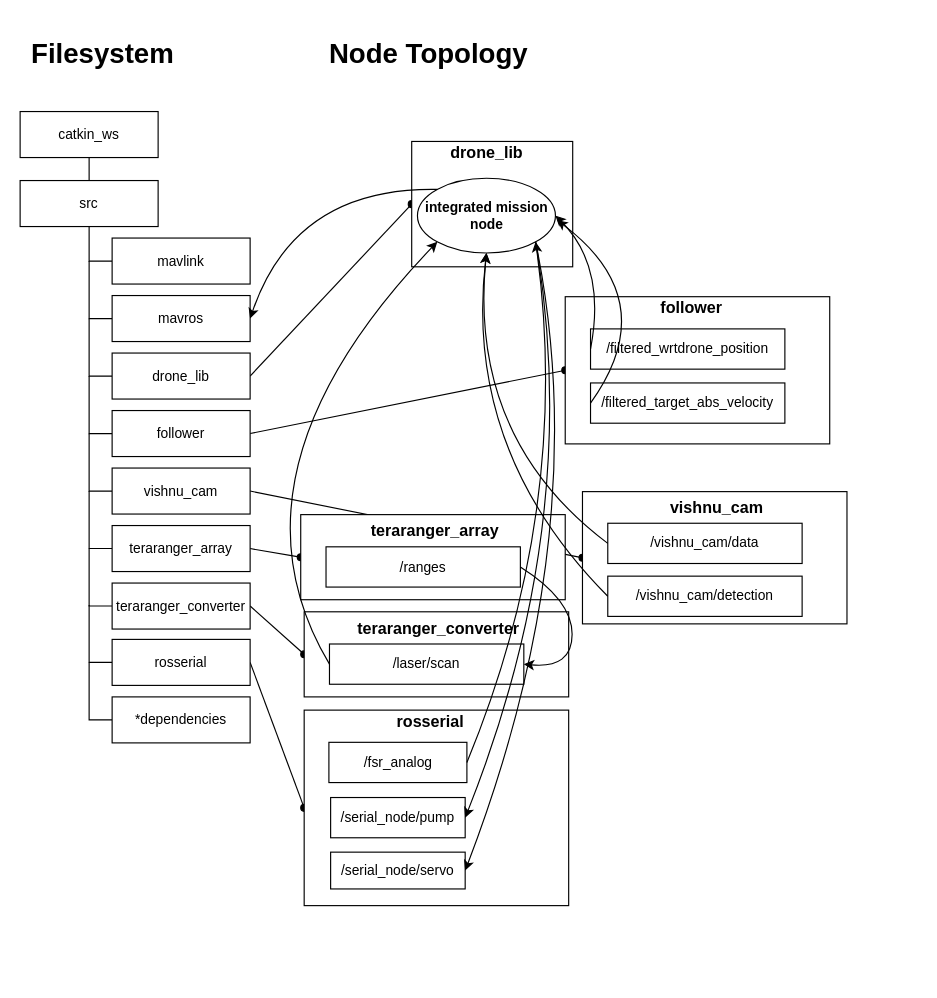
The draw.io diagram production_systems_architecture.drawio in prasannawilliams/high-level-architecture, before the edit. Source tidied: cells renumbered, new cells numbered last; positions are measured from the earlier drawing's top-left corner, leaving out a move shared by most shapes. Both pictures are drawn from the tidied source at 115%, with x=0, y=0 at pixel (20, 31).
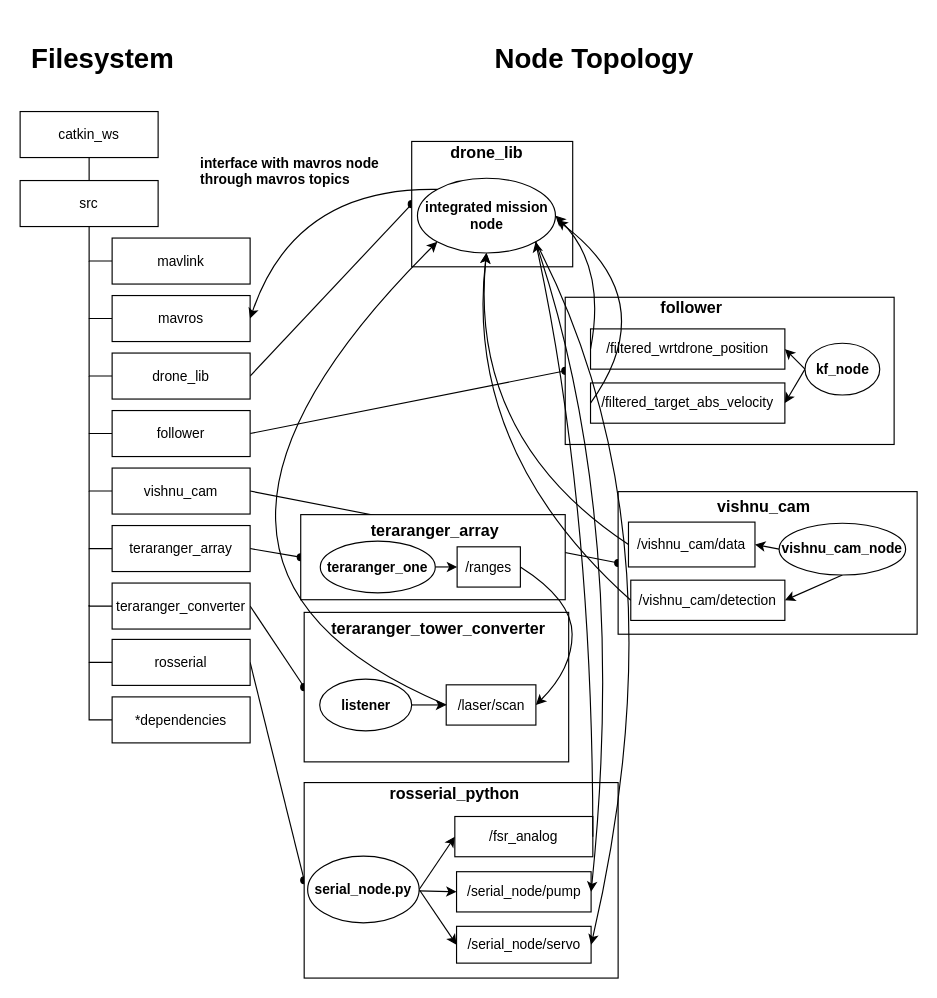
After the change.

Unchanged cells that the change refers to:
```xml
<mxCell id="38" value="&lt;b&gt;integrated mission&lt;br&gt;node&lt;br&gt;&lt;/b&gt;" style="ellipse;whiteSpace=wrap;html=1;fontSize=12;" parent="1" vertex="1">
  <mxGeometry x="345.5" y="127.5" width="120" height="65" as="geometry" />
</mxCell>
<mxCell id="41" value="/filtered_wrtdrone_position" style="rounded=0;whiteSpace=wrap;html=1;fontSize=12;" parent="1" vertex="1">
  <mxGeometry x="496" y="258.5" width="169" height="35" as="geometry" />
</mxCell>
<mxCell id="42" value="/filtered_target_abs_velocity" style="rounded=0;whiteSpace=wrap;html=1;fontSize=12;" parent="1" vertex="1">
  <mxGeometry x="496" y="305.5" width="169" height="35" as="geometry" />
</mxCell>
```

What changed in the source:
```diff
@@
     <mxCell id="29" style="rounded=0;whiteSpace=wrap;html=1;fontSize=12;" parent="1" vertex="1">
-      <mxGeometry x="247" y="590" width="230" height="170" as="geometry" />
+      <mxGeometry x="247" y="653" width="273" height="170" as="geometry" />
     </mxCell>
     <mxCell id="30" value="&lt;h1&gt;Filesystem&lt;/h1&gt;" style="text;html=1;strokeColor=none;fillColor=none;spacing=5;spacingTop=-20;whiteSpace=wrap;overflow=hidden;rounded=0;fontSize=12;" parent="1" vertex="1">
-      <mxGeometry x="5" width="150" height="40" as="geometry" />
+      <mxGeometry x="5" y="4" width="150" height="40" as="geometry" />
     </mxCell>
     <mxCell id="31" value="&lt;h1&gt;Node Topology&lt;/h1&gt;" style="text;html=1;strokeColor=none;fillColor=none;spacing=5;spacingTop=-20;whiteSpace=wrap;overflow=hidden;rounded=0;fontSize=12;" parent="1" vertex="1">
-      <mxGeometry x="264" width="222" height="40" as="geometry" />
+      <mxGeometry x="407.5" y="4" width="222" height="40" as="geometry" />
     </mxCell>
-    <mxCell id="32" value="&lt;b&gt;&lt;font style=&quot;font-size: 14px&quot;&gt;rosserial&lt;/font&gt;&lt;/b&gt;" style="text;html=1;strokeColor=none;fillColor=none;align=center;verticalAlign=middle;whiteSpace=wrap;rounded=0;fontSize=12;" parent="1" vertex="1">
-      <mxGeometry x="337" y="589.5" width="40" height="20" as="geometry" />
+    <mxCell id="32" value="&lt;b&gt;&lt;font style=&quot;font-size: 14px&quot;&gt;rosserial_python&lt;/font&gt;&lt;/b&gt;" style="text;html=1;strokeColor=none;fillColor=none;align=center;verticalAlign=middle;whiteSpace=wrap;rounded=0;fontSize=12;" parent="1" vertex="1">
+      <mxGeometry x="358" y="653" width="40" height="20" as="geometry" />
     </mxCell>
     <mxCell id="33" value="/fsr_analog" style="rounded=0;whiteSpace=wrap;html=1;fontSize=12;" parent="1" vertex="1">
-      <mxGeometry x="268.5" y="618" width="120" height="35" as="geometry" />
+      <mxGeometry x="378" y="682.5" width="120" height="35" as="geometry" />
     </mxCell>
+    <mxCell id="63" style="edgeStyle=none;curved=1;jettySize=auto;html=1;exitX=0;exitY=0.5;exitDx=0;exitDy=0;startArrow=classic;startFill=1;endArrow=none;endFill=0;strokeColor=#000000;fontSize=12;" parent="1" edge="1" source="34" target="67">
+      <mxGeometry relative="1" as="geometry" />
+    </mxCell>
     <mxCell id="34" value="/serial_node/pump" style="rounded=0;whiteSpace=wrap;html=1;fontSize=12;" parent="1" vertex="1">
-      <mxGeometry x="270" y="666" width="117" height="35" as="geometry" />
+      <mxGeometry x="379.5" y="730.5" width="117" height="35" as="geometry" />
     </mxCell>
     <mxCell id="35" value="/serial_node/servo" style="rounded=0;whiteSpace=wrap;html=1;fontSize=12;" parent="1" vertex="1">
-      <mxGeometry x="270" y="713.5" width="117" height="32" as="geometry" />
+      <mxGeometry x="379.5" y="778" width="117" height="32" as="geometry" />
     </mxCell>
@@
     <mxCell id="39" style="rounded=0;whiteSpace=wrap;html=1;fontSize=12;" parent="1" vertex="1">
-      <mxGeometry x="474" y="230.5" width="230" height="128" as="geometry" />
+      <mxGeometry x="474" y="231" width="286" height="128" as="geometry" />
     </mxCell>
@@
     <mxCell id="45" value="/ranges" style="rounded=0;whiteSpace=wrap;html=1;fontSize=12;" parent="1" vertex="1">
-      <mxGeometry x="266" y="448" width="169" height="35" as="geometry" />
+      <mxGeometry x="380" y="448" width="55" height="35" as="geometry" />
     </mxCell>
     <mxCell id="46" style="rounded=0;whiteSpace=wrap;html=1;fontSize=12;" parent="1" vertex="1">
-      <mxGeometry x="247" y="504.5" width="230" height="74" as="geometry" />
+      <mxGeometry x="247" y="505" width="230" height="130" as="geometry" />
     </mxCell>
-    <mxCell id="47" value="&lt;b&gt;&lt;font style=&quot;font-size: 14px&quot;&gt;teraranger_converter&lt;/font&gt;&lt;/b&gt;" style="text;html=1;strokeColor=none;fillColor=none;align=center;verticalAlign=middle;whiteSpace=wrap;rounded=0;fontSize=12;" parent="1" vertex="1">
+    <mxCell id="47" value="&lt;b&gt;&lt;font style=&quot;font-size: 14px&quot;&gt;teraranger_tower_converter&lt;/font&gt;&lt;/b&gt;" style="text;html=1;strokeColor=none;fillColor=none;align=center;verticalAlign=middle;whiteSpace=wrap;rounded=0;fontSize=12;" parent="1" vertex="1">
       <mxGeometry x="343.5" y="508.5" width="40" height="20" as="geometry" />
     </mxCell>
     <mxCell id="48" value="/laser/scan" style="rounded=0;whiteSpace=wrap;html=1;fontSize=12;" parent="1" vertex="1">
-      <mxGeometry x="269" y="532.5" width="169" height="35" as="geometry" />
+      <mxGeometry x="370.5" y="568" width="78" height="35" as="geometry" />
     </mxCell>
     <mxCell id="49" style="rounded=0;whiteSpace=wrap;html=1;fontSize=12;" parent="1" vertex="1">
-      <mxGeometry x="489" y="400" width="230" height="115" as="geometry" />
+      <mxGeometry x="520" y="400" width="260" height="124" as="geometry" />
     </mxCell>
     <mxCell id="50" value="&lt;b&gt;&lt;font style=&quot;font-size: 14px&quot;&gt;vishnu_cam&lt;/font&gt;&lt;/b&gt;" style="text;html=1;strokeColor=none;fillColor=none;align=center;verticalAlign=middle;whiteSpace=wrap;rounded=0;fontSize=12;" parent="1" vertex="1">
-      <mxGeometry x="585.5" y="403.5" width="40" height="20" as="geometry" />
+      <mxGeometry x="626.5" y="403" width="40" height="20" as="geometry" />
     </mxCell>
     <mxCell id="51" value="/vishnu_cam/data" style="rounded=0;whiteSpace=wrap;html=1;fontSize=12;" parent="1" vertex="1">
-      <mxGeometry x="511" y="427.5" width="169" height="35" as="geometry" />
+      <mxGeometry x="529" y="426.5" width="110" height="39" as="geometry" />
     </mxCell>
     <mxCell id="52" value="/vishnu_cam/detection" style="rounded=0;whiteSpace=wrap;html=1;fontSize=12;" parent="1" vertex="1">
-      <mxGeometry x="511" y="473.5" width="169" height="35" as="geometry" />
+      <mxGeometry x="531" y="477" width="134" height="35" as="geometry" />
     </mxCell>
@@
     <mxCell id="59" style="edgeStyle=none;jettySize=auto;html=1;exitX=0;exitY=1;exitDx=0;exitDy=0;entryX=0;entryY=0.5;entryDx=0;entryDy=0;endArrow=none;endFill=0;fontSize=12;strokeColor=#000000;curved=1;startArrow=classic;startFill=1;" parent="1" edge="1" source="38" target="48">
       <mxGeometry relative="1" as="geometry">
         <Array as="points">
-          <mxPoint x="170" y="384" />
+          <mxPoint x="80" y="464" />
         </Array>
       </mxGeometry>
     </mxCell>
     <mxCell id="60" style="edgeStyle=none;jettySize=auto;html=1;exitX=1;exitY=1;exitDx=0;exitDy=0;entryX=1;entryY=0.5;entryDx=0;entryDy=0;endArrow=none;endFill=0;fontSize=12;strokeColor=#000000;curved=1;startArrow=classic;startFill=1;" parent="1" edge="1" source="38" target="33">
       <mxGeometry relative="1" as="geometry">
         <Array as="points">
-          <mxPoint x="480" y="414" />
+          <mxPoint x="498" y="414" />
         </Array>
       </mxGeometry>
     </mxCell>
     <mxCell id="61" style="edgeStyle=none;jettySize=auto;html=1;exitX=1;exitY=1;exitDx=0;exitDy=0;entryX=1;entryY=0.5;entryDx=0;entryDy=0;endArrow=classic;endFill=1;fontSize=12;strokeColor=#000000;curved=1;startArrow=none;startFill=0;" parent="1" edge="1" source="38" target="34">
       <mxGeometry relative="1" as="geometry">
         <Array as="points">
-          <mxPoint x="490" y="424" />
+          <mxPoint x="530" y="424" />
         </Array>
       </mxGeometry>
     </mxCell>
     <mxCell id="62" style="edgeStyle=none;jettySize=auto;html=1;entryX=1;entryY=0.5;entryDx=0;entryDy=0;endArrow=classic;endFill=1;fontSize=12;strokeColor=#000000;curved=1;startArrow=none;startFill=0;exitX=1;exitY=1;exitDx=0;exitDy=0;" parent="1" edge="1" source="38" target="35">
       <mxGeometry relative="1" as="geometry">
         <Array as="points">
-          <mxPoint x="500" y="434" />
+          <mxPoint x="580" y="434" />
         </Array>
       </mxGeometry>
     </mxCell>
+    <mxCell id="64" value="&lt;b&gt;interface with mavros node&lt;br&gt;through mavros topics&lt;/b&gt;" style="text;html=1;align=left;verticalAlign=top;spacingTop=-4;fontSize=12;" parent="1" vertex="1">
+      <mxGeometry x="155" y="105" width="170" height="30" as="geometry" />
+    </mxCell>
+    <mxCell id="65" style="edgeStyle=none;curved=1;jettySize=auto;html=1;exitX=1;exitY=0.5;exitDx=0;exitDy=0;entryX=0;entryY=0.5;entryDx=0;entryDy=0;startArrow=none;startFill=0;endArrow=classic;endFill=1;strokeColor=#000000;fontSize=12;" parent="1" edge="1" source="67" target="33">
+      <mxGeometry relative="1" as="geometry" />
+    </mxCell>
+    <mxCell id="66" style="edgeStyle=none;curved=1;jettySize=auto;html=1;exitX=1;exitY=0.5;exitDx=0;exitDy=0;entryX=0;entryY=0.5;entryDx=0;entryDy=0;startArrow=none;startFill=0;endArrow=classic;endFill=1;strokeColor=#000000;fontSize=12;" parent="1" edge="1" source="67" target="35">
+      <mxGeometry relative="1" as="geometry" />
+    </mxCell>
+    <mxCell id="67" value="&lt;b&gt;serial_node.py&lt;br&gt;&lt;/b&gt;" style="ellipse;whiteSpace=wrap;html=1;fontSize=12;" parent="1" vertex="1">
+      <mxGeometry x="250" y="717" width="97" height="58" as="geometry" />
+    </mxCell>
+    <mxCell id="68" style="edgeStyle=none;curved=1;jettySize=auto;html=1;exitX=1;exitY=0.5;exitDx=0;exitDy=0;entryX=0;entryY=0.5;entryDx=0;entryDy=0;startArrow=none;startFill=0;endArrow=classic;endFill=1;strokeColor=#000000;fontSize=12;" parent="1" edge="1" source="69" target="48">
+      <mxGeometry relative="1" as="geometry" />
+    </mxCell>
+    <mxCell id="69" value="&lt;b&gt;listener&lt;br&gt;&lt;/b&gt;" style="ellipse;whiteSpace=wrap;html=1;fontSize=12;" parent="1" vertex="1">
+      <mxGeometry x="260.5" y="563" width="80" height="45" as="geometry" />
+    </mxCell>
+    <mxCell id="70" style="edgeStyle=none;curved=1;jettySize=auto;html=1;exitX=1;exitY=0.5;exitDx=0;exitDy=0;entryX=0;entryY=0.5;entryDx=0;entryDy=0;startArrow=none;startFill=0;endArrow=classic;endFill=1;strokeColor=#000000;fontSize=12;" parent="1" edge="1" source="71" target="45">
+      <mxGeometry relative="1" as="geometry" />
+    </mxCell>
+    <mxCell id="71" value="&lt;b&gt;teraranger_one&lt;br&gt;&lt;/b&gt;" style="ellipse;whiteSpace=wrap;html=1;fontSize=12;" parent="1" vertex="1">
+      <mxGeometry x="261" y="443" width="100" height="45" as="geometry" />
+    </mxCell>
+    <mxCell id="72" style="edgeStyle=none;curved=1;jettySize=auto;html=1;exitX=0;exitY=0.5;exitDx=0;exitDy=0;entryX=1;entryY=0.5;entryDx=0;entryDy=0;startArrow=none;startFill=0;endArrow=classic;endFill=1;strokeColor=#000000;fontSize=12;" parent="1" edge="1" source="74" target="51">
+      <mxGeometry relative="1" as="geometry" />
+    </mxCell>
+    <mxCell id="73" style="edgeStyle=none;curved=1;jettySize=auto;html=1;exitX=0.5;exitY=1;exitDx=0;exitDy=0;entryX=1;entryY=0.5;entryDx=0;entryDy=0;startArrow=none;startFill=0;endArrow=classic;endFill=1;strokeColor=#000000;fontSize=12;" parent="1" edge="1" source="74" target="52">
+      <mxGeometry relative="1" as="geometry" />
+    </mxCell>
+    <mxCell id="74" value="&lt;b&gt;vishnu_cam_node&lt;br&gt;&lt;/b&gt;" style="ellipse;whiteSpace=wrap;html=1;fontSize=12;" parent="1" vertex="1">
+      <mxGeometry x="660" y="427.5" width="110" height="45" as="geometry" />
+    </mxCell>
+    <mxCell id="75" style="edgeStyle=none;curved=1;jettySize=auto;html=1;exitX=0;exitY=0.5;exitDx=0;exitDy=0;entryX=1;entryY=0.5;entryDx=0;entryDy=0;startArrow=none;startFill=0;endArrow=classic;endFill=1;strokeColor=#000000;fontSize=12;" parent="1" edge="1" source="77" target="41">
+      <mxGeometry relative="1" as="geometry" />
+    </mxCell>
+    <mxCell id="76" style="edgeStyle=none;curved=1;jettySize=auto;html=1;exitX=0;exitY=0.5;exitDx=0;exitDy=0;entryX=1;entryY=0.5;entryDx=0;entryDy=0;startArrow=none;startFill=0;endArrow=classic;endFill=1;strokeColor=#000000;fontSize=12;" parent="1" edge="1" source="77" target="42">
+      <mxGeometry relative="1" as="geometry" />
+    </mxCell>
+    <mxCell id="77" value="&lt;b&gt;kf_node&lt;br&gt;&lt;/b&gt;" style="ellipse;whiteSpace=wrap;html=1;fontSize=12;" parent="1" vertex="1">
+      <mxGeometry x="682.5" y="271" width="65" height="45" as="geometry" />
+    </mxCell>
```
